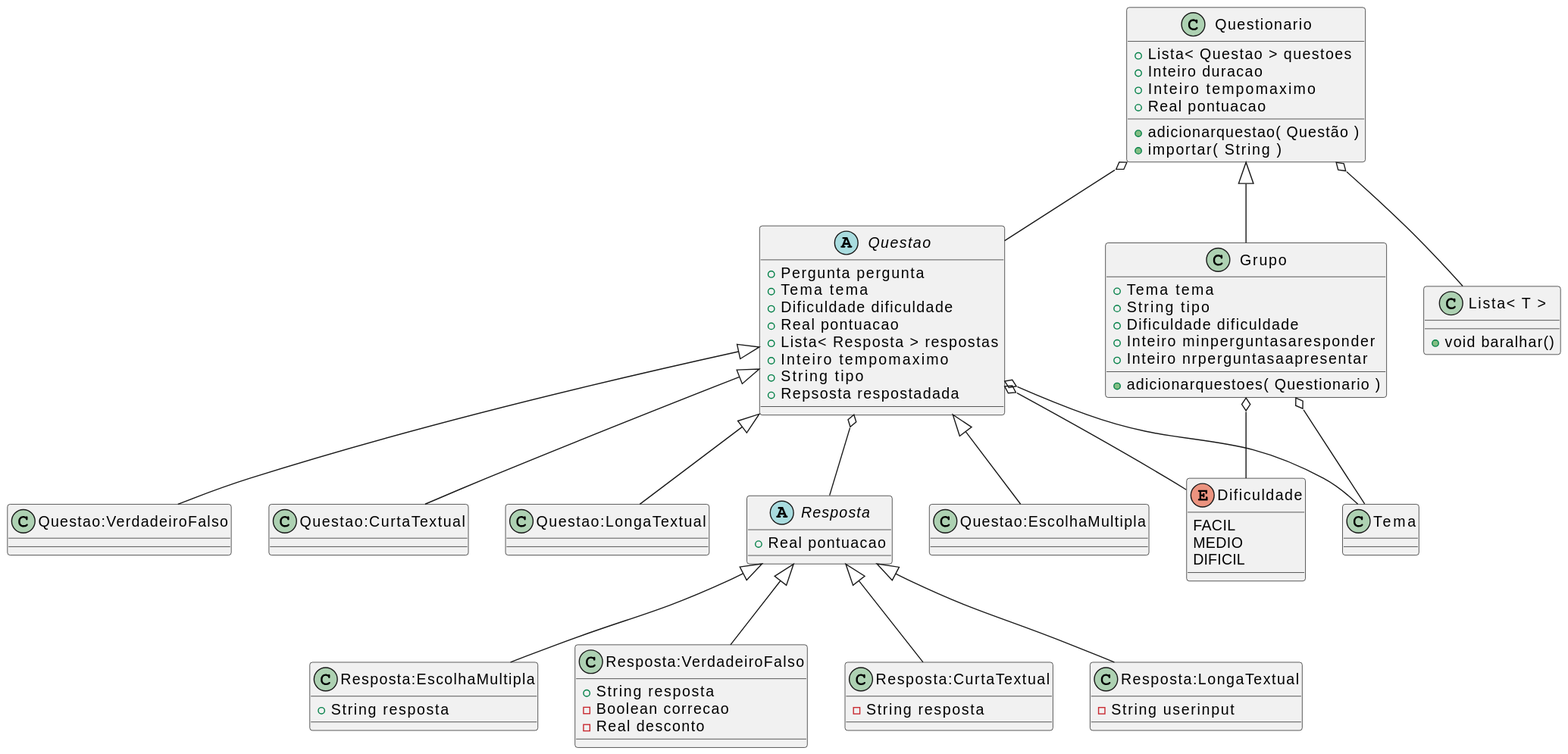
This is diagram.svg from immarianaas/c-quiz-language, a PlantUML export, as it was before one commit. Its diagram source:
```plantuml
@startuml
abstract class Questao {
    + Pergunta pergunta
    + Tema tema
    + Dificuldade dificuldade
    + Real pontuacao
    + Lista< Resposta > respostas
    + Inteiro tempomaximo
    + String tipo
    + Repsosta respostadada
}

class "Questao:EscolhaMultipla" {
}

class "Questao:VerdadeiroFalso" {
}

class "Questao:CurtaTextual" {
}

class "Questao:LongaTextual" {
}

Questao <|-- "Questao:EscolhaMultipla"
Questao <|-- "Questao:VerdadeiroFalso"
Questao <|-- "Questao:CurtaTextual"
Questao <|-- "Questao:LongaTextual"


abstract class Resposta {
    + Real pontuacao
}

class "Resposta:EscolhaMultipla" {
    + String resposta
}

class "Resposta:VerdadeiroFalso" {
    + String resposta
    - Boolean correcao
    - Real desconto
}

class "Resposta:CurtaTextual" {
    - String resposta
}

class "Resposta:LongaTextual" {
    - String userinput
}

Resposta <|-- "Resposta:EscolhaMultipla"
Resposta <|-- "Resposta:VerdadeiroFalso"
Resposta <|-- "Resposta:CurtaTextual"
Resposta <|-- "Resposta:LongaTextual"

class Questionario {
    + Lista< Questao > questoes
    + Inteiro duracao
    + Inteiro tempomaximo
    + Real pontuacao

    + adicionarquestao( Questão )
    + importar( String )
}

class Grupo {
    + Tema tema
    + String tipo
    + Dificuldade dificuldade
    + Inteiro minperguntasaresponder
    + Inteiro nrperguntasaapresentar

    + adicionarquestoes( Questionario )
}

class "Lista< T >" {
    + void baralhar()
}


 class Tema { }
 enum Dificuldade {
    FACIL
    MEDIO
    DIFICIL
 }



Questao o-- Tema
Questao o-- Dificuldade

Grupo o-- Tema
Grupo o-- Dificuldade

Questionario o-- "Lista< T >"

Questionario <|-- Grupo
Questionario o-- Questao
Questao o-- Resposta
@enduml
```
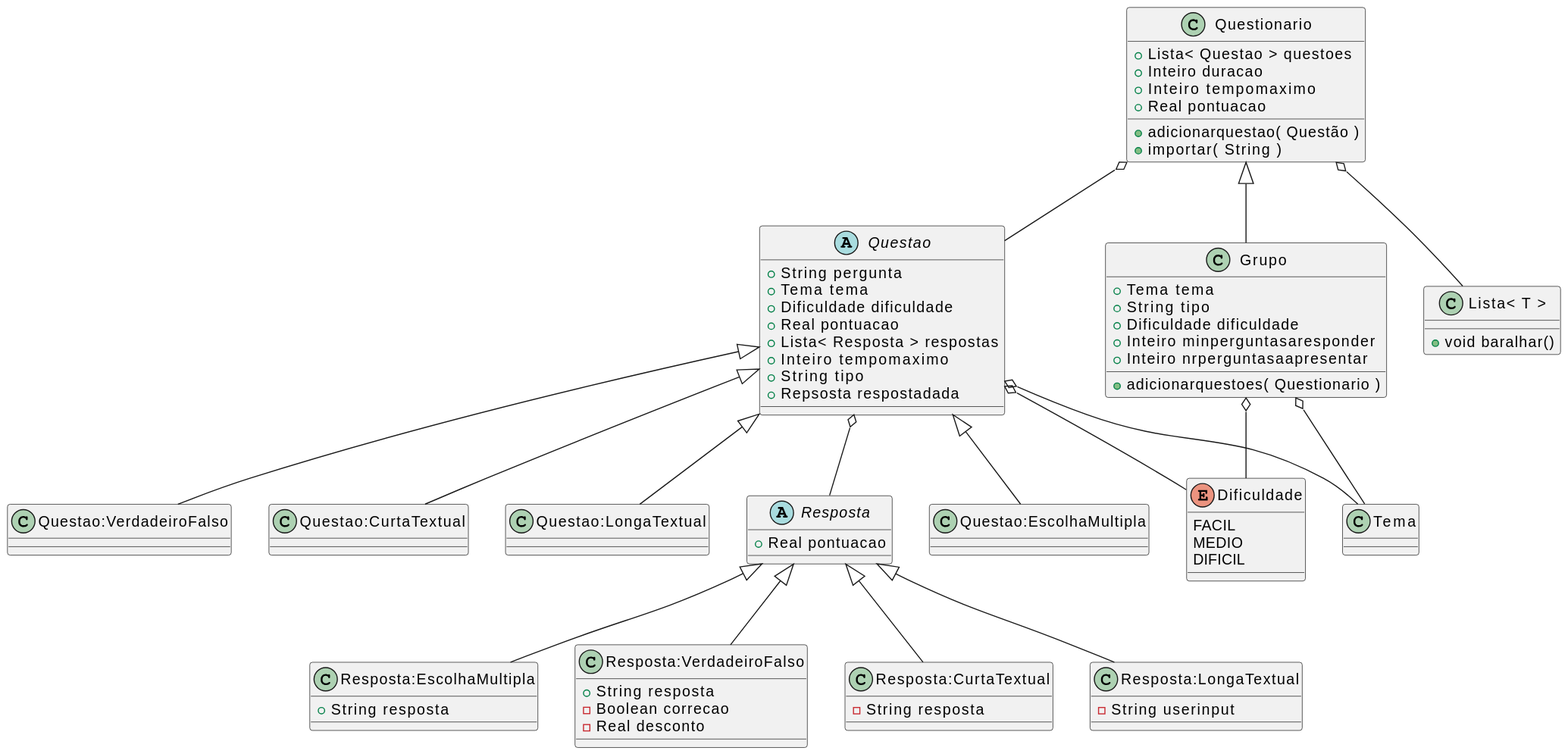
The same file after the commit.

Commit message:
text revision and what to improve

The edit, as a diff of the source:
```diff
@@ -1,6 +1,6 @@
 @startuml
 abstract class Questao {
-    + Pergunta pergunta
+    + String pergunta
     + Tema tema
     + Dificuldade dificuldade
     + Real pontuacao
```
